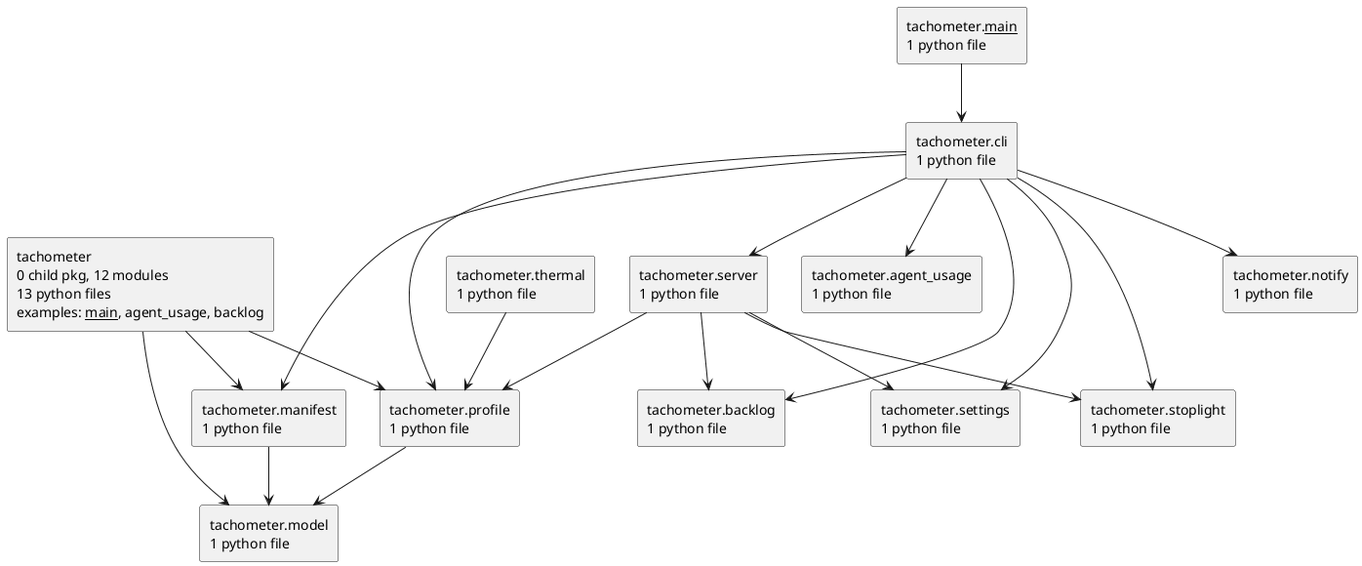
The PlantUML diagram docs/diagrams/python-packages.puml.png in casonk/tachometer, before a commit. The source it was exported from:
```plantuml
@startuml packages_tachometer
set namespaceSeparator none
top to bottom direction
skinparam componentStyle rectangle
rectangle "tachometer\n0 child pkg, 12 modules\n13 python files\nexamples: __main__, agent_usage, backlog" as tachometer
rectangle "tachometer.__main__\n1 python file" as tachometer.__main__
rectangle "tachometer.agent_usage\n1 python file" as tachometer.agent_usage
rectangle "tachometer.backlog\n1 python file" as tachometer.backlog
rectangle "tachometer.cli\n1 python file" as tachometer.cli
rectangle "tachometer.manifest\n1 python file" as tachometer.manifest
rectangle "tachometer.model\n1 python file" as tachometer.model
rectangle "tachometer.notify\n1 python file" as tachometer.notify
rectangle "tachometer.profile\n1 python file" as tachometer.profile
rectangle "tachometer.server\n1 python file" as tachometer.server
rectangle "tachometer.settings\n1 python file" as tachometer.settings
rectangle "tachometer.stoplight\n1 python file" as tachometer.stoplight
rectangle "tachometer.thermal\n1 python file" as tachometer.thermal
tachometer --> tachometer.manifest
tachometer --> tachometer.model
tachometer --> tachometer.profile
tachometer.__main__ --> tachometer.cli
tachometer.cli --> tachometer.agent_usage
tachometer.cli --> tachometer.backlog
tachometer.cli --> tachometer.manifest
tachometer.cli --> tachometer.notify
tachometer.cli --> tachometer.profile
tachometer.cli --> tachometer.server
tachometer.cli --> tachometer.settings
tachometer.cli --> tachometer.stoplight
tachometer.manifest --> tachometer.model
tachometer.profile --> tachometer.model
tachometer.server --> tachometer.backlog
tachometer.server --> tachometer.profile
tachometer.server --> tachometer.settings
tachometer.server --> tachometer.stoplight
tachometer.thermal --> tachometer.profile
@enduml
```
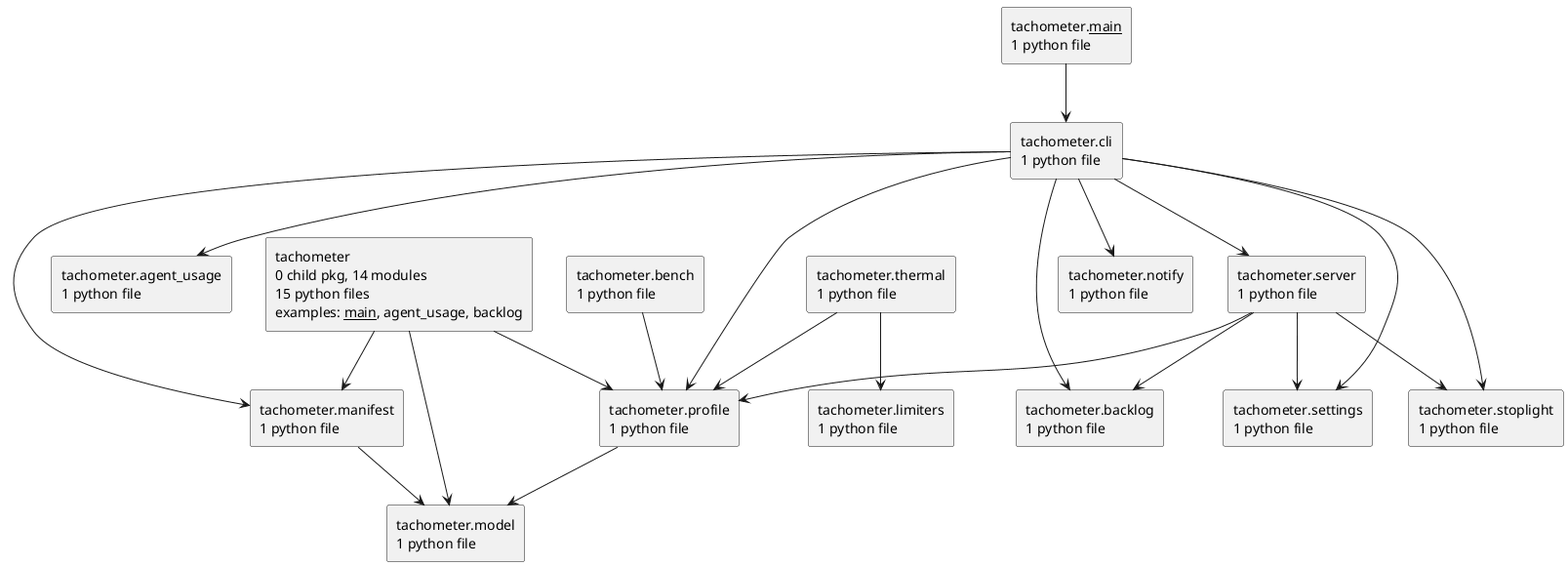
After the change.

What changed in the source:
```diff
@@ -1,12 +1,14 @@
-@startuml packages_tachometer
+@startuml packages_checkout
 set namespaceSeparator none
 top to bottom direction
 skinparam componentStyle rectangle
-rectangle "tachometer\n0 child pkg, 12 modules\n13 python files\nexamples: __main__, agent_usage, backlog" as tachometer
+rectangle "tachometer\n0 child pkg, 14 modules\n15 python files\nexamples: __main__, agent_usage, backlog" as tachometer
 rectangle "tachometer.__main__\n1 python file" as tachometer.__main__
 rectangle "tachometer.agent_usage\n1 python file" as tachometer.agent_usage
 rectangle "tachometer.backlog\n1 python file" as tachometer.backlog
+rectangle "tachometer.bench\n1 python file" as tachometer.bench
 rectangle "tachometer.cli\n1 python file" as tachometer.cli
+rectangle "tachometer.limiters\n1 python file" as tachometer.limiters
 rectangle "tachometer.manifest\n1 python file" as tachometer.manifest
 rectangle "tachometer.model\n1 python file" as tachometer.model
 rectangle "tachometer.notify\n1 python file" as tachometer.notify
@@ -19,6 +21,7 @@
 tachometer --> tachometer.model
 tachometer --> tachometer.profile
 tachometer.__main__ --> tachometer.cli
+tachometer.bench --> tachometer.profile
 tachometer.cli --> tachometer.agent_usage
 tachometer.cli --> tachometer.backlog
 tachometer.cli --> tachometer.manifest
@@ -33,5 +36,6 @@
 tachometer.server --> tachometer.profile
 tachometer.server --> tachometer.settings
 tachometer.server --> tachometer.stoplight
+tachometer.thermal --> tachometer.limiters
 tachometer.thermal --> tachometer.profile
 @enduml
```
